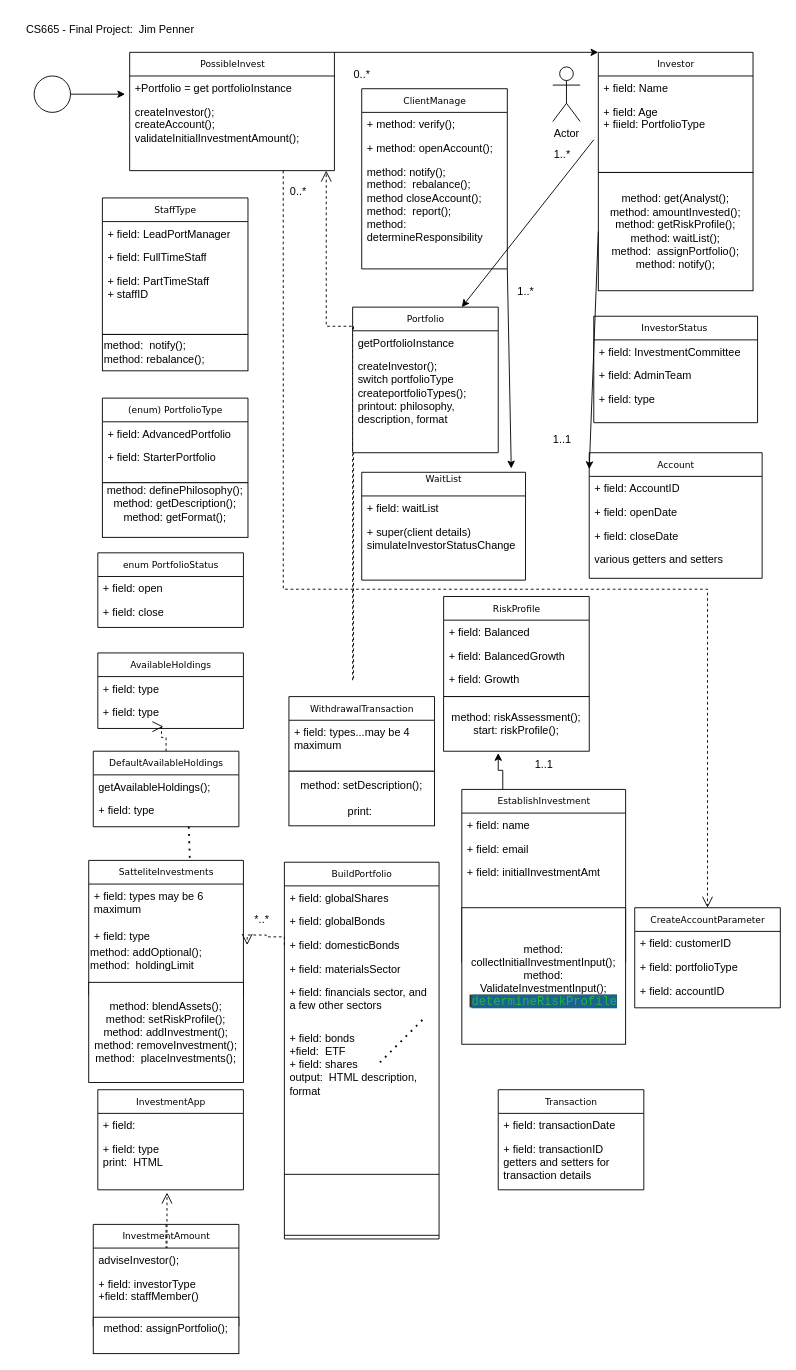
Before: ClassProjectclass1.drawio.drawio in jimmyjazz31/CSSFinalProject, a draw.io diagram. Source tidied: cells renumbered, new cells numbered last; positions are measured from the earlier drawing's top-left corner, leaving out a move shared by most shapes. Both pictures are drawn from the tidied source at 91%, with x=0, y=0 at pixel (15, 15).
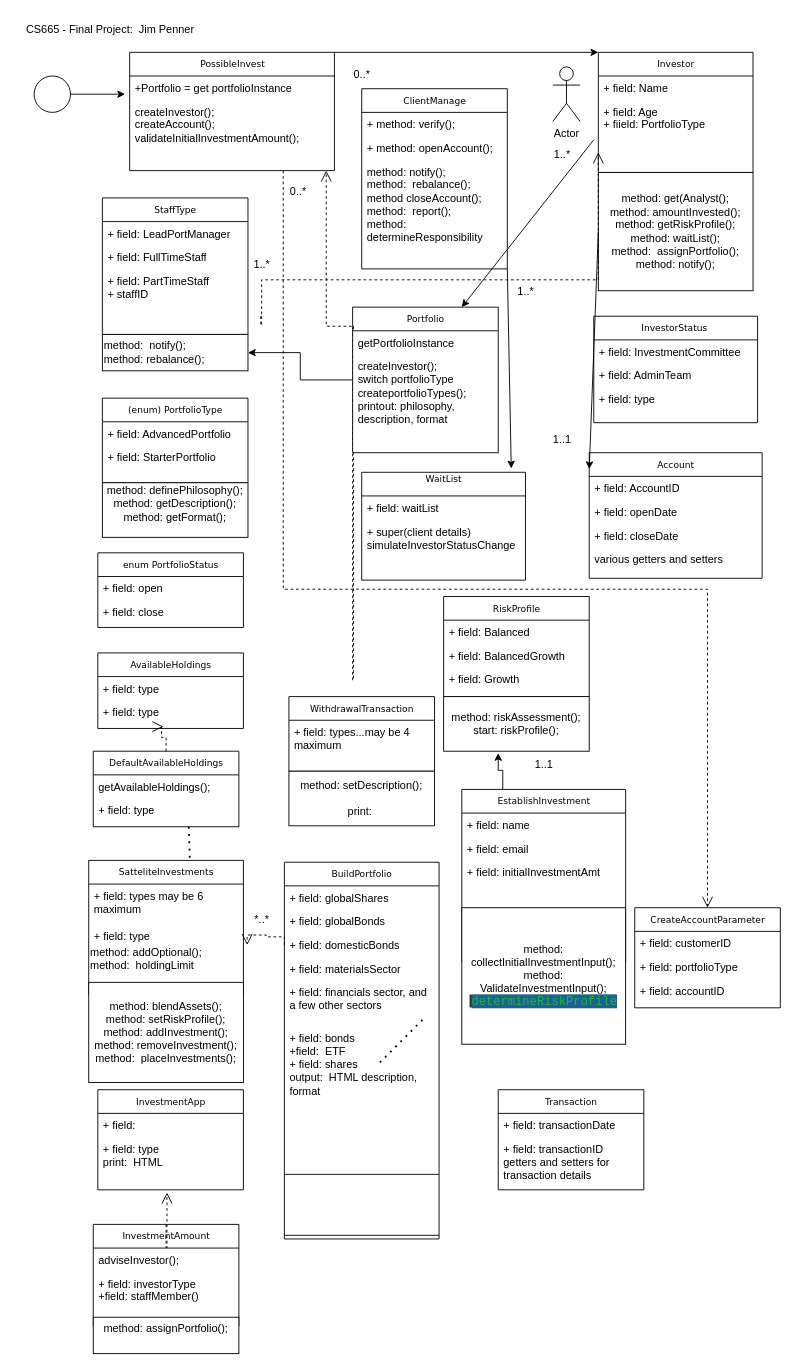
After the change.

Unchanged cells that the change refers to:
```xml
<mxCell id="43" value="Portfolio" style="swimlane;html=1;fontStyle=0;horizontal=1;startSize=26;fillColor=none;swimlaneFillColor=#ffffff;rounded=0;shadow=0;comic=0;labelBackgroundColor=none;strokeWidth=1;fontFamily=Verdana;fontSize=10;align=center;" parent="1" vertex="1">
  <mxGeometry x="370" y="320" width="160" height="160" as="geometry" />
</mxCell>
<mxCell id="47" value="method:&amp;nbsp; notify();&lt;div&gt;method: rebalance();&lt;/div&gt;" style="rounded=0;whiteSpace=wrap;html=1;align=left;" parent="1" vertex="1">
  <mxGeometry x="95" y="350" width="160" height="40" as="geometry" />
</mxCell>
```

Diff of the diagram source:
```diff
@@
+    <mxCell id="110" style="edgeStyle=orthogonalEdgeStyle;rounded=0;jettySize=auto;html=1;" parent="1" edge="1" source="43" target="47">
+      <mxGeometry relative="1" as="geometry" />
+    </mxCell>
@@
+    <mxCell id="111" style="edgeStyle=orthogonalEdgeStyle;rounded=0;html=1;dashed=1;labelBackgroundColor=none;startFill=0;endArrow=open;endFill=0;endSize=10;fontFamily=Verdana;fontSize=10;exitX=0.006;exitY=-0.192;exitDx=0;exitDy=0;exitPerimeter=0;" parent="1" edge="1">
+      <mxGeometry relative="1" as="geometry">
+        <mxPoint x="270" y="330" as="sourcePoint" />
+        <mxPoint x="640" y="150" as="targetPoint" />
+        <Array as="points">
+          <mxPoint x="270" y="340" />
+          <mxPoint x="269" y="340" />
+          <mxPoint x="269" y="330" />
+          <mxPoint x="270" y="330" />
+          <mxPoint x="270" y="290" />
+          <mxPoint x="640" y="290" />
+        </Array>
+      </mxGeometry>
+    </mxCell>
+    <mxCell id="112" value="1..*" style="text;html=1;align=center;verticalAlign=middle;strokeColor=none;fillColor=none;" parent="1" vertex="1">
+      <mxGeometry x="250" y="258" width="40" height="30" as="geometry" />
+    </mxCell>
```
